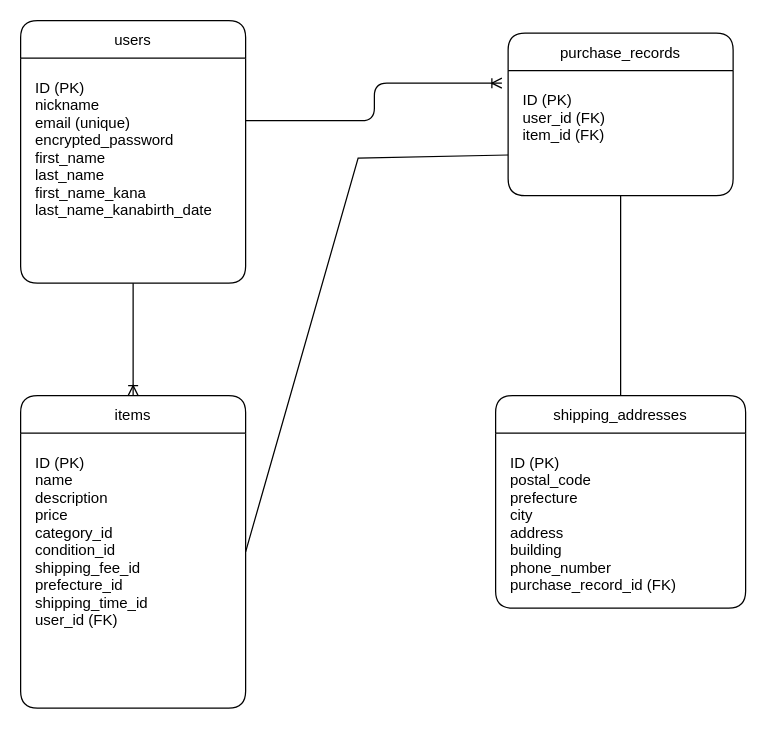
satoshi-x3150/furima-42079 keeps this draw.io diagram as app/views/test.dio. Above is the earlier version. Source tidied: cells renumbered, new cells numbered last; positions are measured from the earlier drawing's top-left corner, leaving out a move shared by most shapes. Both pictures are drawn from the tidied source at 125%, with x=0, y=0 at pixel (20, 20).
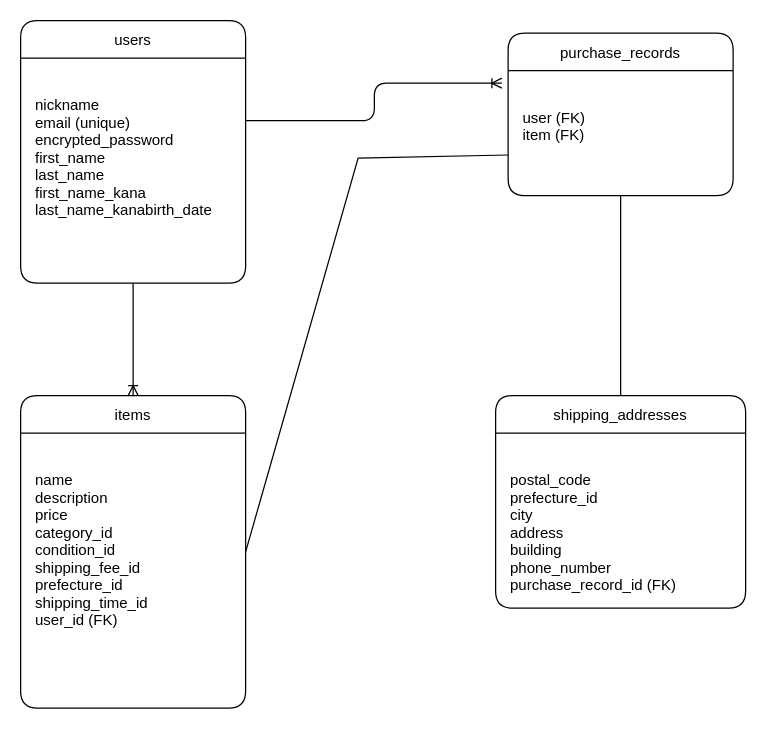
The same page after the edit.

What changed in the source:
```diff
@@
 <mxGraphModel>
   <root>
     <mxCell id="0" />
     <mxCell id="1" parent="0" />
     <mxCell id="2" style="edgeStyle=none;rounded=1;html=1;exitX=0.5;exitY=1;exitDx=0;exitDy=0;entryX=0.5;entryY=0;entryDx=0;entryDy=0;endArrow=ERoneToMany;endFill=0;" parent="1" edge="1" source="3" target="5">
       <mxGeometry relative="1" as="geometry" />
     </mxCell>
     <mxCell id="3" value="users" style="shape=table;startSize=30;rounded=1;" parent="1" vertex="1">
       <mxGeometry width="180" height="210" as="geometry" />
     </mxCell>
-    <mxCell id="4" value="ID (PK)&#10;nickname&#10;email (unique)&#10;encrypted_password&#10;first_name&#10;last_name&#10;first_name_kana&#10;last_name_kanabirth_date" style="text;rounded=1;" parent="3" vertex="1">
+    <mxCell id="4" value="&#10;nickname&#10;email (unique)&#10;encrypted_password&#10;first_name&#10;last_name&#10;first_name_kana&#10;last_name_kanabirth_date" style="text;rounded=1;" parent="3" vertex="1">
       <mxGeometry x="10" y="40" width="160" height="160" as="geometry" />
     </mxCell>
     <mxCell id="5" value="items" style="shape=table;startSize=30;rounded=1;" parent="1" vertex="1">
       <mxGeometry y="300" width="180" height="250" as="geometry" />
     </mxCell>
-    <mxCell id="6" value="ID (PK)&#10;name&#10;description&#10;price&#10;category_id&#10;condition_id&#10;shipping_fee_id&#10;prefecture_id&#10;shipping_time_id&#10;user_id (FK)" style="text;rounded=1;" parent="5" vertex="1">
+    <mxCell id="6" value="&#10;name&#10;description&#10;price&#10;category_id&#10;condition_id&#10;shipping_fee_id&#10;prefecture_id&#10;shipping_time_id&#10;user_id (FK)" style="text;rounded=1;" parent="5" vertex="1">
       <mxGeometry x="10" y="40" width="160" height="210" as="geometry" />
     </mxCell>
     <mxCell id="7" value="purchase_records" style="shape=table;startSize=30;rounded=1;" parent="1" vertex="1">
       <mxGeometry x="390" y="10" width="180" height="130" as="geometry" />
     </mxCell>
-    <mxCell id="8" value="ID (PK)&#10;user_id (FK)&#10;item_id (FK)" style="text;rounded=1;" parent="7" vertex="1">
+    <mxCell id="8" value="&#10;user (FK)&#10;item (FK)" style="text;rounded=1;" parent="7" vertex="1">
       <mxGeometry x="10" y="40" width="160" height="90" as="geometry" />
     </mxCell>
     <mxCell id="9" value="shipping_addresses" style="shape=table;startSize=30;rounded=1;" parent="1" vertex="1">
       <mxGeometry x="380" y="300" width="200" height="170" as="geometry" />
     </mxCell>
-    <mxCell id="10" value="ID (PK)&#10;postal_code&#10;prefecture&#10;city&#10;address&#10;building&#10;phone_number&#10;purchase_record_id (FK)" style="text;rounded=1;" parent="9" vertex="1">
+    <mxCell id="10" value="&#10;postal_code&#10;prefecture_id&#10;city&#10;address&#10;building&#10;phone_number&#10;purchase_record_id (FK)" style="text;rounded=1;" parent="9" vertex="1">
       <mxGeometry x="10" y="40" width="180" height="130" as="geometry" />
     </mxCell>
     <mxCell id="11" style="edgeStyle=elbowEdgeStyle;endArrow=ERoneToMany;endFill=0;targetPerimeterSpacing=5;" parent="1" edge="1">
       <mxGeometry relative="1" as="geometry">
         <mxPoint x="180" y="80" as="sourcePoint" />
         <mxPoint x="385" y="50" as="targetPoint" />
       </mxGeometry>
     </mxCell>
     <mxCell id="12" style="edgeStyle=elbowEdgeStyle;endArrow=none;endFill=0;" parent="1" edge="1" source="7">
       <mxGeometry relative="1" as="geometry">
         <mxPoint x="480" y="300" as="targetPoint" />
       </mxGeometry>
     </mxCell>
     <mxCell id="13" style="endArrow=none;html=1;rounded=0;exitX=1;exitY=0.5;exitDx=0;exitDy=0;entryX=0;entryY=0.75;entryDx=0;entryDy=0;" parent="1" edge="1" source="5" target="7">
       <mxGeometry relative="1" as="geometry">
         <Array as="points">
           <mxPoint x="270" y="110" />
         </Array>
       </mxGeometry>
     </mxCell>
   </root>
 </mxGraphModel>
```
